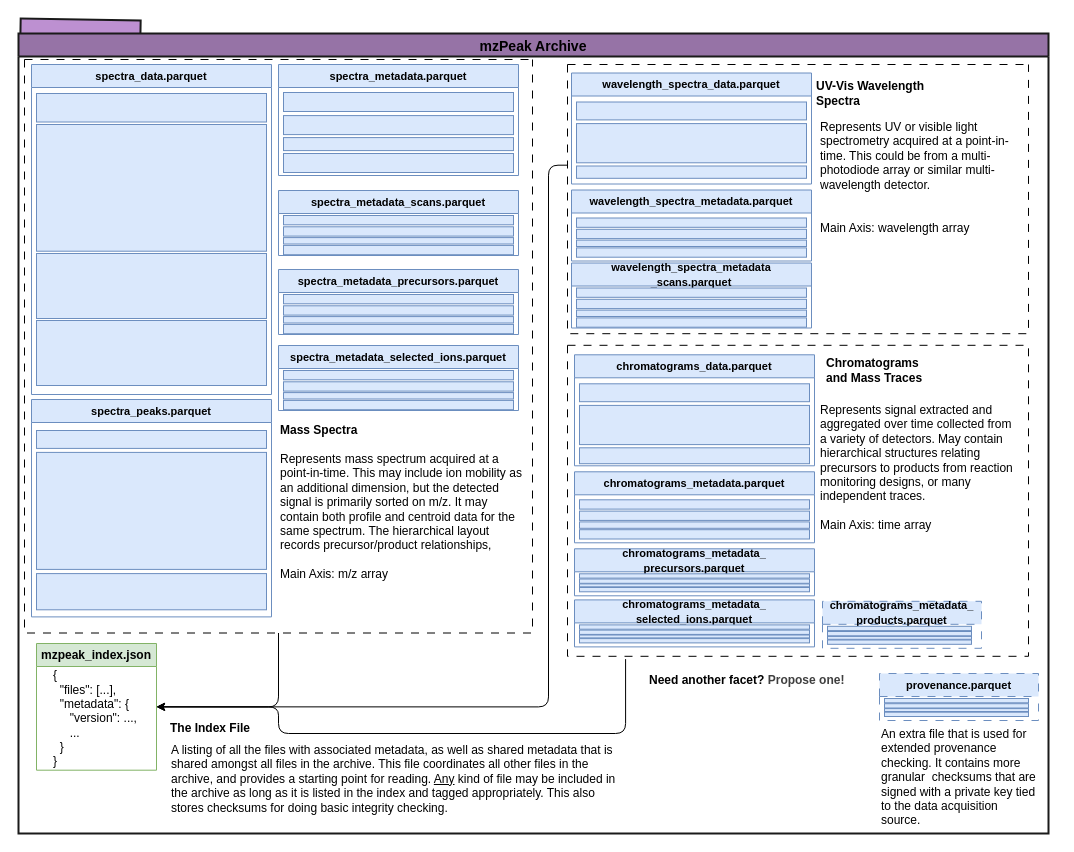
Before: docs/assets/img/archive-layout.drawio in HUPO-PSI/mzPeak-specification, a draw.io diagram. Source tidied: cells renumbered, new cells numbered last; positions are measured from the earlier drawing's top-left corner, leaving out a move shared by most shapes. Both pictures are drawn from the tidied source at 100%, with x=0, y=0 at pixel (18, 19).
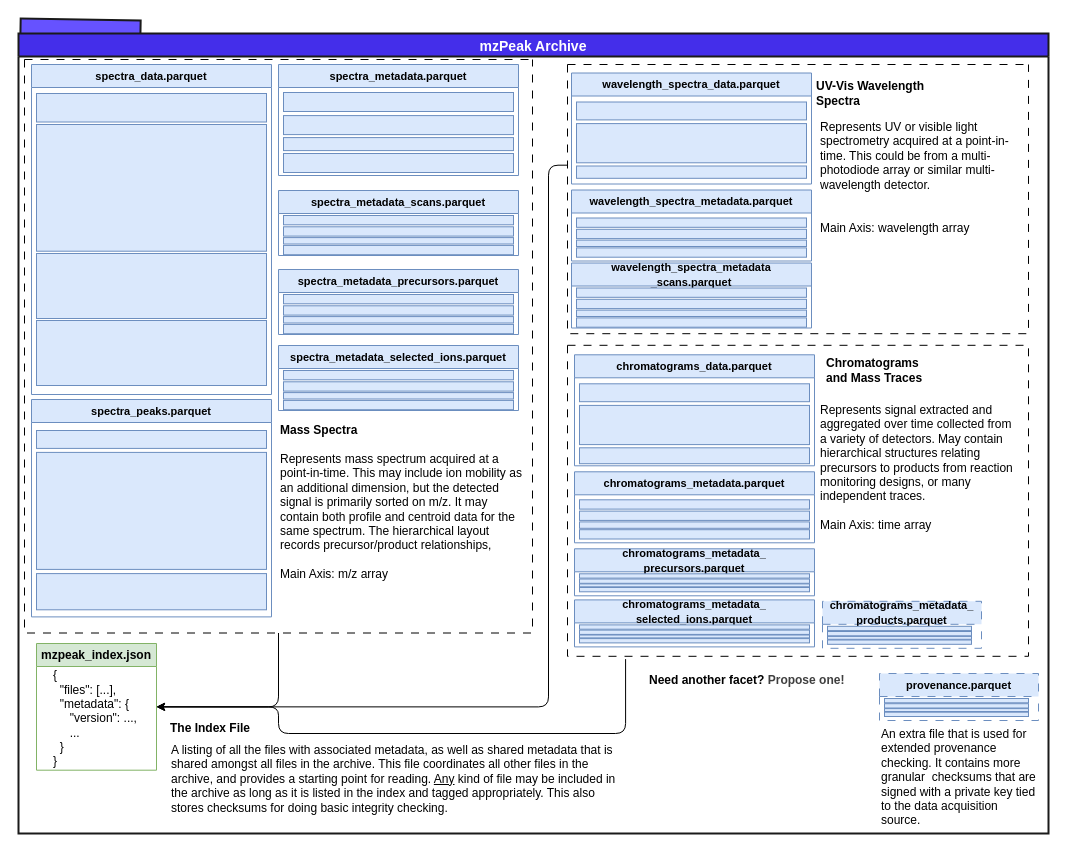
The same page after the edit.

Change to the diagram source:
```diff
@@
-    <mxCell id="2" style="rounded=0;whiteSpace=wrap;html=1;fillColor=#BD90D1;strokeColor=light-dark(#1A1A1A,#121212);strokeWidth=2;rotation=1;" parent="1" vertex="1">
+    <mxCell id="2" style="rounded=0;whiteSpace=wrap;html=1;fillColor=#6652FF;strokeColor=light-dark(#1A1A1A,#121212);strokeWidth=2;rotation=1;" parent="1" vertex="1">
       <mxGeometry x="2" width="120" height="20" as="geometry" />
     </mxCell>
-    <mxCell id="3" value="mzPeak Archive" style="swimlane;fillColor=#9673A6;strokeColor=#1A1A1A;strokeWidth=2;fontSize=14;" parent="1" vertex="1">
+    <mxCell id="3" value="mzPeak Archive" style="swimlane;fillColor=#442EEA;strokeColor=#1A1A1A;strokeWidth=2;fontSize=14;fontColor=#FFFFFF;" parent="1" vertex="1">
       <mxGeometry y="14" width="1030" height="800" as="geometry" />
     </mxCell>
```
